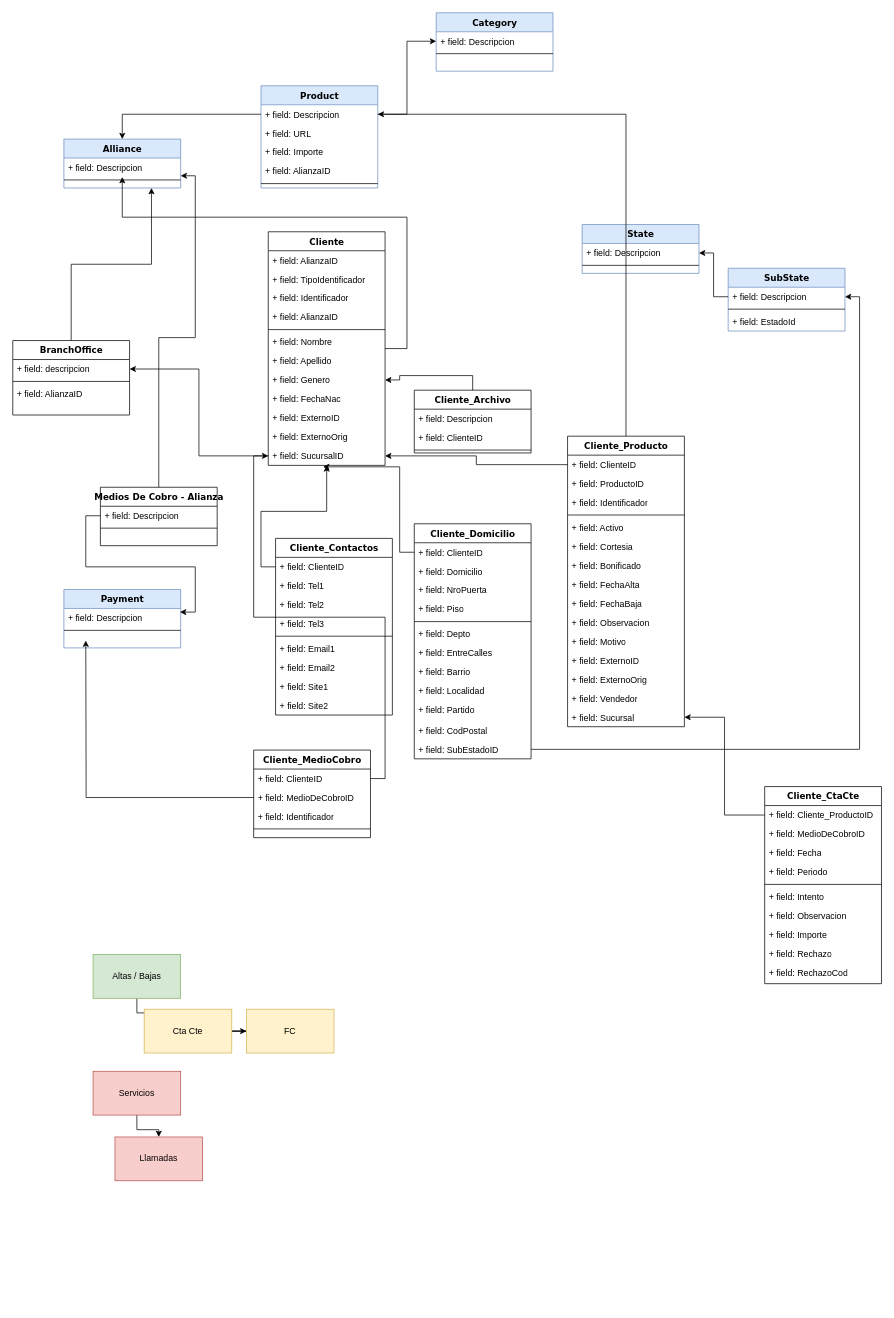
globalassistgroup/.github keeps this draw.io diagram as gag/Untitled Diagram.drawio. Above is the earlier version. Source tidied: cells renumbered, new cells numbered last; positions are measured from the earlier drawing's top-left corner, leaving out a move shared by most shapes. Both pictures are drawn from the tidied source at 73%, with x=0, y=0 at pixel (12, 12).
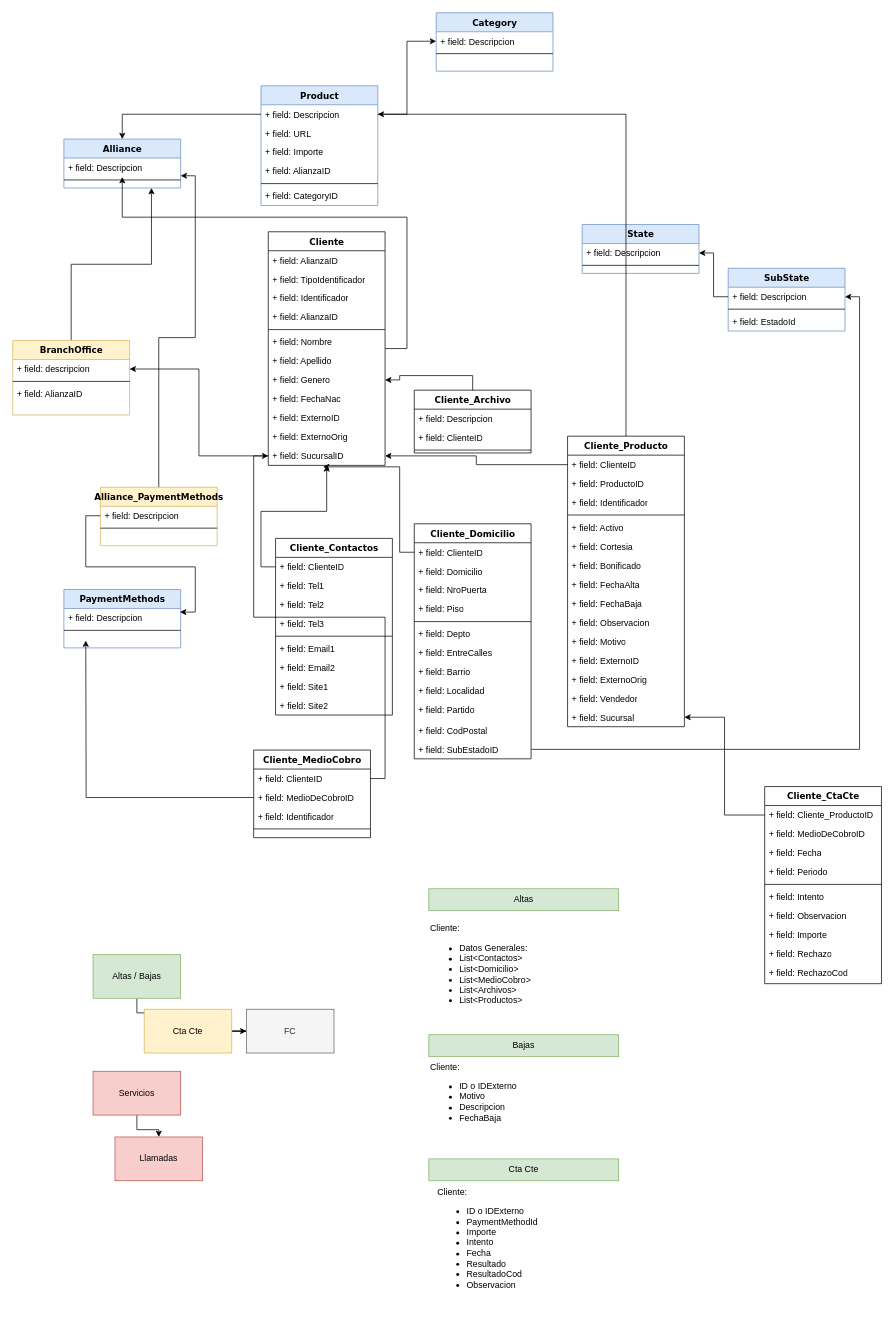
Above is the later version.

Diff of the diagram source:
```diff
@@
     <mxCell id="8" value="Product" style="swimlane;html=1;fontStyle=1;align=center;verticalAlign=top;horizontal=1;startSize=26;swimlaneFillColor=#ffffff;rounded=0;shadow=0;comic=0;labelBackgroundColor=none;strokeWidth=1;fillColor=#dae8fc;fontFamily=Verdana;fontSize=12;strokeColor=#6c8ebf;" parent="1" vertex="1">
-      <mxGeometry x="340" y="100" width="160" height="140" as="geometry" />
+      <mxGeometry x="340" y="100" width="160" height="164" as="geometry" />
     </mxCell>
@@
+    <mxCell id="128" value="+ field: CategoryID" style="text;html=1;strokeColor=none;fillColor=none;align=left;verticalAlign=top;spacingLeft=4;spacingRight=4;whiteSpace=wrap;overflow=hidden;" parent="8" vertex="1">
+      <mxGeometry y="138" width="160" height="26" as="geometry" />
+    </mxCell>
@@
-    <mxCell id="15" value="BranchOffice" style="swimlane;html=1;fontStyle=1;align=center;verticalAlign=top;horizontal=1;startSize=26;swimlaneFillColor=#ffffff;rounded=0;shadow=0;comic=0;labelBackgroundColor=none;strokeWidth=1;fillColor=none;fontFamily=Verdana;fontSize=12;" parent="1" vertex="1">
+    <mxCell id="15" value="BranchOffice" style="swimlane;html=1;fontStyle=1;align=center;verticalAlign=top;horizontal=1;startSize=26;swimlaneFillColor=#ffffff;rounded=0;shadow=0;comic=0;labelBackgroundColor=none;strokeWidth=1;fillColor=#fff2cc;fontFamily=Verdana;fontSize=12;strokeColor=#d6b656;" parent="1" vertex="1">
       <mxGeometry y="449" width="160" height="102" as="geometry" />
     </mxCell>
@@
-    <mxCell id="21" value="Payment" style="swimlane;html=1;fontStyle=1;align=center;verticalAlign=top;horizontal=1;startSize=26;swimlaneFillColor=#ffffff;rounded=0;shadow=0;comic=0;labelBackgroundColor=none;strokeWidth=1;fillColor=#dae8fc;fontFamily=Verdana;fontSize=12;strokeColor=#6c8ebf;" parent="1" vertex="1">
+    <mxCell id="21" value="PaymentMethods" style="swimlane;html=1;fontStyle=1;align=center;verticalAlign=top;horizontal=1;startSize=26;swimlaneFillColor=#ffffff;rounded=0;shadow=0;comic=0;labelBackgroundColor=none;strokeWidth=1;fillColor=#dae8fc;fontFamily=Verdana;fontSize=12;strokeColor=#6c8ebf;" parent="1" vertex="1">
       <mxGeometry x="70" y="790" width="160" height="80" as="geometry" />
     </mxCell>
@@
-    <mxCell id="25" value="Medios De Cobro - Alianza&lt;br&gt;" style="swimlane;html=1;fontStyle=1;align=center;verticalAlign=top;horizontal=1;startSize=26;swimlaneFillColor=#ffffff;rounded=0;shadow=0;comic=0;labelBackgroundColor=none;strokeWidth=1;fillColor=none;fontFamily=Verdana;fontSize=12;" parent="1" vertex="1">
+    <mxCell id="25" value="Alliance_PaymentMethods" style="swimlane;html=1;fontStyle=1;align=center;verticalAlign=top;horizontal=1;startSize=26;swimlaneFillColor=#ffffff;rounded=0;shadow=0;comic=0;labelBackgroundColor=none;strokeWidth=1;fillColor=#fff2cc;fontFamily=Verdana;fontSize=12;strokeColor=#d6b656;" parent="1" vertex="1">
       <mxGeometry x="120" y="650" width="160" height="80" as="geometry" />
     </mxCell>
@@
-    <mxCell id="127" value="FC" style="rounded=0;whiteSpace=wrap;html=1;fillColor=#fff2cc;strokeColor=#d6b656;" parent="1" vertex="1">
+    <mxCell id="127" value="FC" style="rounded=0;whiteSpace=wrap;html=1;fillColor=#f5f5f5;strokeColor=#666666;fontColor=#333333;" parent="1" vertex="1">
       <mxGeometry x="320" y="1365" width="120" height="60" as="geometry" />
     </mxCell>
+    <mxCell id="129" value="Altas" style="rounded=0;whiteSpace=wrap;html=1;fillColor=#d5e8d4;strokeColor=#82b366;" parent="1" vertex="1">
+      <mxGeometry x="570" y="1200" width="260" height="30" as="geometry" />
+    </mxCell>
+    <mxCell id="130" value="Bajas" style="rounded=0;whiteSpace=wrap;html=1;fillColor=#d5e8d4;strokeColor=#82b366;" parent="1" vertex="1">
+      <mxGeometry x="570" y="1400" width="260" height="30" as="geometry" />
+    </mxCell>
+    <mxCell id="131" value="Cta Cte" style="rounded=0;whiteSpace=wrap;html=1;fillColor=#d5e8d4;strokeColor=#82b366;" parent="1" vertex="1">
+      <mxGeometry x="570" y="1570" width="260" height="30" as="geometry" />
+    </mxCell>
+    <mxCell id="132" value="&lt;span style=&quot;background-color: initial;&quot;&gt;Cliente:&amp;nbsp;&lt;/span&gt;&lt;br&gt;&lt;ul&gt;&lt;li&gt;Datos Generales:&lt;/li&gt;&lt;li&gt;List&amp;lt;Contactos&amp;gt;&lt;/li&gt;&lt;li&gt;List&amp;lt;Domicilio&amp;gt;&lt;/li&gt;&lt;li&gt;List&amp;lt;MedioCobro&amp;gt;&lt;/li&gt;&lt;li&gt;List&amp;lt;Archivos&amp;gt;&lt;/li&gt;&lt;li&gt;List&amp;lt;Productos&amp;gt;&lt;/li&gt;&lt;/ul&gt;" style="text;html=1;align=left;verticalAlign=middle;fillColor=none;strokeColor=none;rounded=0;" parent="1" vertex="1">
+      <mxGeometry x="570" y="1240" width="160" height="140" as="geometry" />
+    </mxCell>
+    <mxCell id="133" value="&lt;span style=&quot;background-color: initial;&quot;&gt;Cliente:&amp;nbsp;&lt;/span&gt;&lt;br&gt;&lt;ul&gt;&lt;li&gt;&lt;span style=&quot;background-color: initial;&quot;&gt;ID o IDExterno&lt;/span&gt;&lt;br&gt;&lt;/li&gt;&lt;li&gt;&lt;span style=&quot;background-color: initial;&quot;&gt;Motivo&lt;/span&gt;&lt;/li&gt;&lt;li&gt;&lt;span style=&quot;background-color: initial;&quot;&gt;Descripcion&lt;/span&gt;&lt;/li&gt;&lt;li&gt;&lt;span style=&quot;background-color: initial;&quot;&gt;FechaBaja&lt;/span&gt;&lt;/li&gt;&lt;/ul&gt;" style="text;html=1;align=left;verticalAlign=middle;fillColor=none;strokeColor=none;rounded=0;" parent="1" vertex="1">
+      <mxGeometry x="570" y="1430" width="140" height="110" as="geometry" />
+    </mxCell>
+    <mxCell id="134" value="&lt;span style=&quot;background-color: initial;&quot;&gt;Cliente:&amp;nbsp;&lt;/span&gt;&lt;br&gt;&lt;ul&gt;&lt;li&gt;&lt;span style=&quot;background-color: initial;&quot;&gt;ID o IDExterno&lt;/span&gt;&lt;br&gt;&lt;/li&gt;&lt;li&gt;PaymentMethodId&lt;/li&gt;&lt;li&gt;Importe&lt;/li&gt;&lt;li&gt;Intento&lt;/li&gt;&lt;li&gt;Fecha&lt;/li&gt;&lt;li&gt;Resultado&lt;/li&gt;&lt;li&gt;ResultadoCod&lt;/li&gt;&lt;li&gt;Observacion&lt;/li&gt;&lt;/ul&gt;" style="text;html=1;align=left;verticalAlign=middle;fillColor=none;strokeColor=none;rounded=0;" parent="1" vertex="1">
+      <mxGeometry x="580" y="1600" width="160" height="170" as="geometry" />
+    </mxCell>
```
